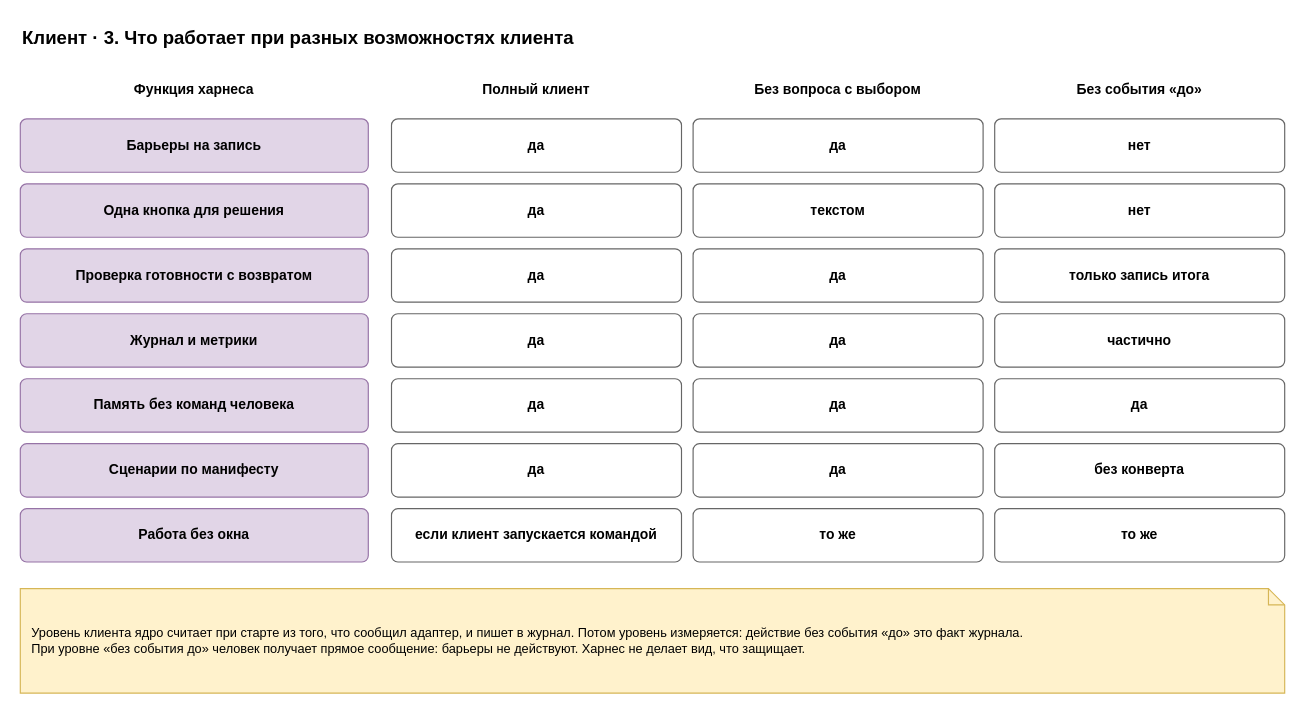
Before: page "3. Уровни соответствия" (3 of 5) of docs/spec/harness-client.drawio in roygkov/reins, a draw.io diagram. Source tidied: cells renumbered, new cells numbered last; positions are measured from the earlier drawing's top-left corner, leaving out a move shared by most shapes. Both pictures are drawn from the tidied source at 116%, with x=0, y=0 at pixel (20, 20).
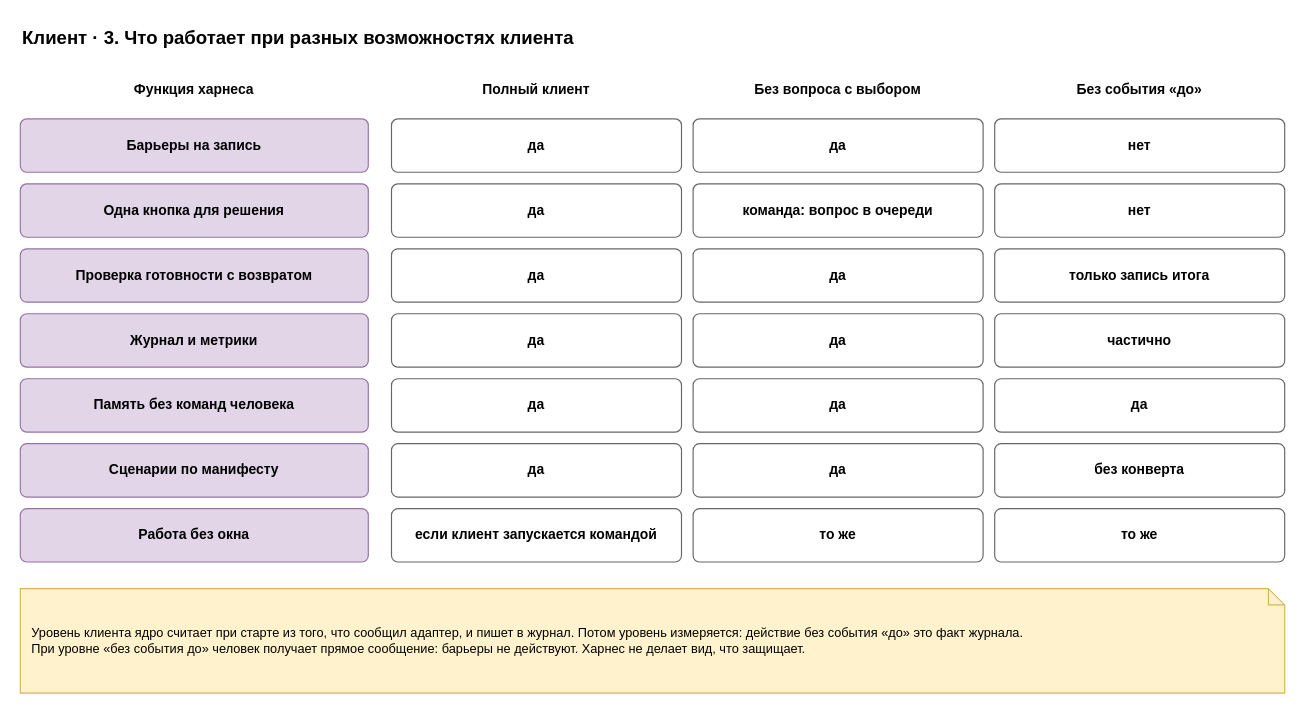
The same diagram, later.

What changed in the source:
```diff
@@
-    <mxCell id="13" value="&lt;b&gt;текстом&lt;/b&gt;" style="rounded=1;whiteSpace=wrap;html=1;fillColor=#ffffff;strokeColor=#666666;arcSize=12;fontStyle=0;" parent="1" vertex="1">
+    <mxCell id="13" value="&lt;b&gt;команда: вопрос в очереди&lt;/b&gt;" style="rounded=1;whiteSpace=wrap;html=1;fillColor=#ffffff;strokeColor=#666666;arcSize=12;fontStyle=0;" parent="1" vertex="1">
       <mxGeometry x="580" y="141" width="250" height="46" as="geometry" />
     </mxCell>
```
